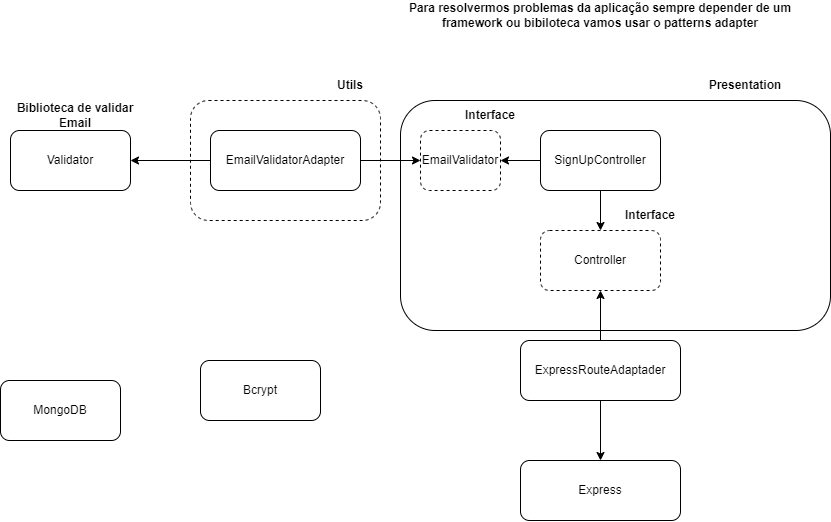
Earlier version of the draw.io export clean-node-api.drawio.png (jonathanGroupRoot/clean-node-api). Source tidied: cells renumbered, new cells last; positions are measured from the earlier drawing's top-left corner, leaving out a move shared by most shapes.
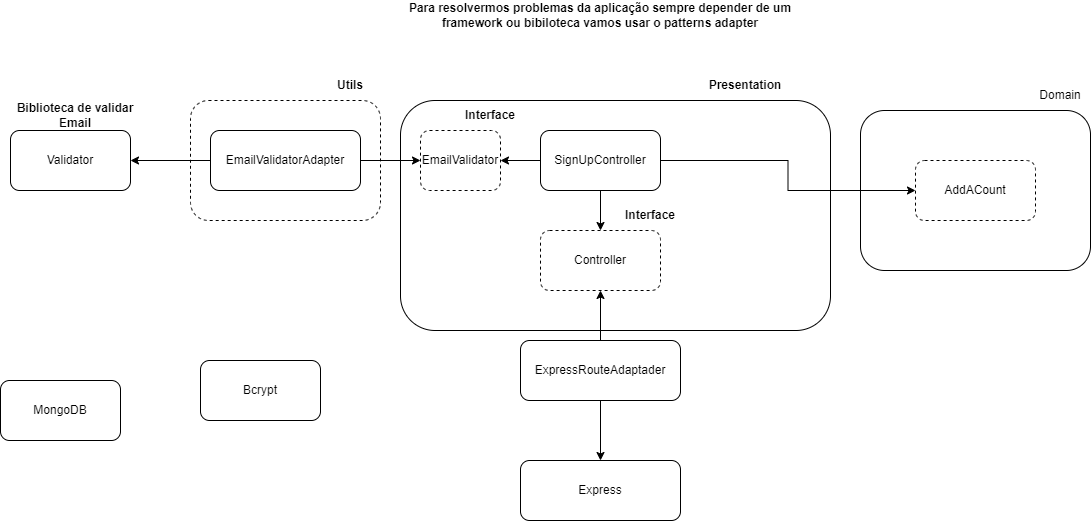
Later version of the same file.

The edit, as a diff of the source:
```diff
@@ -2,6 +2,9 @@
   <root>
     <mxCell id="0" />
     <mxCell id="1" parent="0" />
+    <mxCell id="27" style="rounded=1;whiteSpace=wrap;html=1;" parent="1" vertex="1">
+      <mxGeometry x="860" y="110" width="230" height="160" as="geometry" />
+    </mxCell>
     <mxCell id="2" style="rounded=1;whiteSpace=wrap;html=1;dashed=1;" parent="1" vertex="1">
       <mxGeometry x="190" y="100" width="190" height="120" as="geometry" />
     </mxCell>
@@ -38,6 +41,9 @@
     <mxCell id="13" style="edgeStyle=orthogonalEdgeStyle;rounded=0;jettySize=auto;html=1;" parent="1" edge="1" source="14" target="24">
       <mxGeometry relative="1" as="geometry" />
     </mxCell>
+    <mxCell id="28" style="edgeStyle=orthogonalEdgeStyle;rounded=0;jettySize=auto;html=1;entryX=0;entryY=0.5;entryDx=0;entryDy=0;" parent="1" edge="1" source="14" target="29">
+      <mxGeometry relative="1" as="geometry" />
+    </mxCell>
     <mxCell id="14" value="SignUpController" style="rounded=1;whiteSpace=wrap;html=1;" parent="1" vertex="1">
       <mxGeometry x="540" y="130" width="120" height="60" as="geometry" />
     </mxCell>
@@ -77,5 +83,11 @@
     <mxCell id="26" value="&lt;b&gt;Utils&lt;/b&gt;" style="text;html=1;strokeColor=none;fillColor=none;align=center;verticalAlign=middle;whiteSpace=wrap;rounded=0;dashed=1;" parent="1" vertex="1">
       <mxGeometry x="320" y="70" width="60" height="30" as="geometry" />
     </mxCell>
+    <mxCell id="29" value="AddACount" style="rounded=1;whiteSpace=wrap;html=1;dashed=1;" parent="1" vertex="1">
+      <mxGeometry x="915" y="160" width="120" height="60" as="geometry" />
+    </mxCell>
+    <mxCell id="30" value="Domain" style="text;html=1;strokeColor=none;fillColor=none;align=center;verticalAlign=middle;whiteSpace=wrap;rounded=0;" parent="1" vertex="1">
+      <mxGeometry x="1030" y="80" width="60" height="30" as="geometry" />
+    </mxCell>
   </root>
 </mxGraphModel>
```
